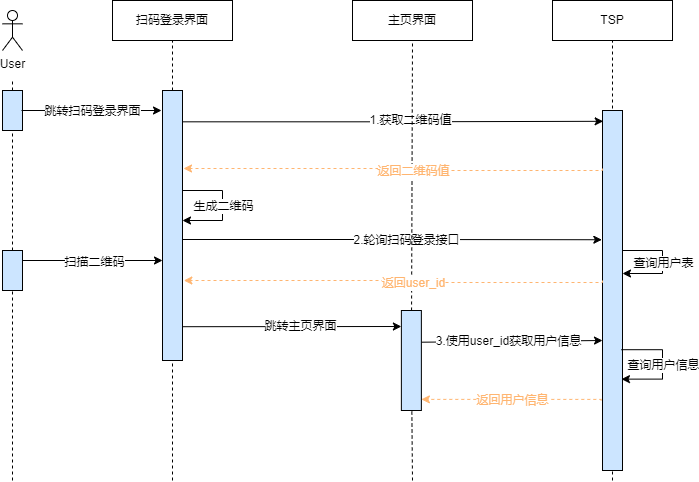
Before: x9hp/扫码登录时序图.png, a diagram exported from draw.io (notigit/Image). Source tidied: cells renumbered, new cells last; positions are measured from the earlier drawing's top-left corner, leaving out a move shared by most shapes.
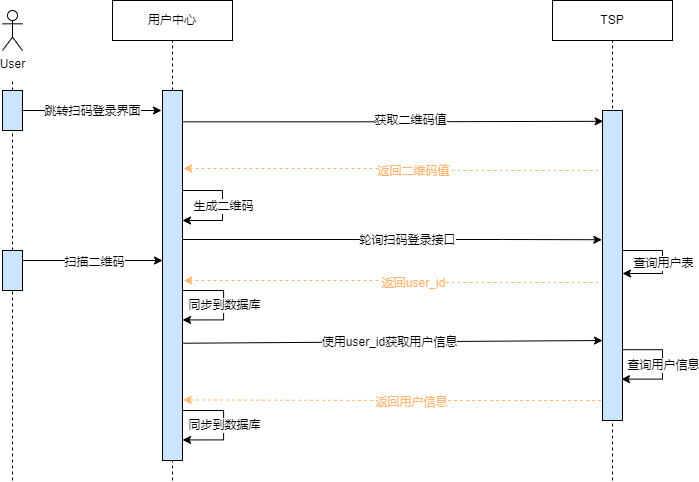
After the change.

Commit message:
更新扫码登录时序图.png

What changed in the source:
```diff
@@ -2,7 +2,7 @@
   <root>
     <mxCell id="0" />
     <mxCell id="1" parent="0" />
-    <mxCell id="2" value="扫码登录界面" style="rounded=0;whiteSpace=wrap;html=1;" parent="1" vertex="1">
+    <mxCell id="2" value="用户中心" style="rounded=0;whiteSpace=wrap;html=1;" parent="1" vertex="1">
       <mxGeometry x="110" width="120" height="40" as="geometry" />
     </mxCell>
     <mxCell id="3" value="TSP" style="rounded=0;whiteSpace=wrap;html=1;" parent="1" vertex="1">
@@ -22,31 +22,42 @@
     <mxCell id="7" style="endArrow=none;dashed=1;html=1;rounded=0;startArrow=none;" parent="1" edge="1" source="40" target="6">
       <mxGeometry relative="1" as="geometry" />
     </mxCell>
-    <mxCell id="8" style="endArrow=none;dashed=1;html=1;rounded=0;startArrow=none;entryX=0.5;entryY=1;entryDx=0;entryDy=0;" parent="1" edge="1" source="13" target="2">
-      <mxGeometry relative="1" as="geometry" />
+    <mxCell id="8" style="endArrow=none;dashed=1;html=1;rounded=0;startArrow=none;entryX=0.5;entryY=1;entryDx=0;entryDy=0;" parent="1" edge="1" target="2">
+      <mxGeometry relative="1" as="geometry">
+        <mxPoint x="170" y="90" as="sourcePoint" />
+      </mxGeometry>
     </mxCell>
-    <mxCell id="9" style="edgeStyle=orthogonalEdgeStyle;rounded=0;jettySize=auto;html=1;exitX=0.967;exitY=0.116;exitDx=0;exitDy=0;fontSize=6;entryX=0.033;entryY=0.03;entryDx=0;entryDy=0;entryPerimeter=0;exitPerimeter=0;" parent="1" edge="1" source="13" target="16">
-      <mxGeometry relative="1" as="geometry" />
+    <mxCell id="9" style="edgeStyle=orthogonalEdgeStyle;rounded=0;orthogonalLoop=1;jettySize=auto;html=1;exitX=0.967;exitY=0.116;exitDx=0;exitDy=0;fontSize=6;entryX=0.033;entryY=0.03;entryDx=0;entryDy=0;entryPerimeter=0;exitPerimeter=0;" parent="1" edge="1">
+      <mxGeometry relative="1" as="geometry">
+        <mxPoint x="179.3" y="121.3" as="sourcePoint" />
+        <mxPoint x="600.7" y="120.8" as="targetPoint" />
+        <Array as="points">
+          <mxPoint x="390" y="121" />
+        </Array>
+      </mxGeometry>
     </mxCell>
-    <mxCell id="10" value="&lt;font style=&quot;font-size: 11px&quot;&gt;1.获取二维码值&lt;/font&gt;" style="edgeLabel;html=1;align=center;verticalAlign=middle;fontSize=6;" parent="9" vertex="1">
+    <mxCell id="10" value="&lt;font style=&quot;font-size: 11px&quot;&gt;获取二维码值&lt;/font&gt;" style="edgeLabel;html=1;align=center;verticalAlign=middle;fontSize=6;" parent="9" vertex="1">
       <mxGeometry x="-0.17" y="2" relative="1" as="geometry">
         <mxPoint x="53" as="offset" />
       </mxGeometry>
     </mxCell>
-    <mxCell id="11" style="edgeStyle=orthogonalEdgeStyle;rounded=0;jettySize=auto;html=1;entryX=-0.033;entryY=0.359;entryDx=0;entryDy=0;entryPerimeter=0;" parent="1" edge="1" target="16">
+    <mxCell id="11" style="edgeStyle=orthogonalEdgeStyle;rounded=0;orthogonalLoop=1;jettySize=auto;html=1;entryX=-0.033;entryY=0.359;entryDx=0;entryDy=0;entryPerimeter=0;" parent="1" edge="1">
       <mxGeometry relative="1" as="geometry">
         <mxPoint x="180" y="239" as="sourcePoint" />
+        <mxPoint x="599.3" y="239.2" as="targetPoint" />
+        <Array as="points">
+          <mxPoint x="500" y="239" />
+          <mxPoint x="500" y="239" />
+        </Array>
       </mxGeometry>
     </mxCell>
-    <mxCell id="12" value="2.轮询扫码登录接口" style="edgeLabel;html=1;align=center;verticalAlign=middle;" parent="11" vertex="1">
+    <mxCell id="12" value="轮询扫码登录接口" style="edgeLabel;html=1;align=center;verticalAlign=middle;" parent="11" vertex="1">
       <mxGeometry x="0.07" relative="1" as="geometry" />
     </mxCell>
-    <mxCell id="13" style="rounded=0;whiteSpace=wrap;html=1;fillColor=#CCE5FF;" parent="1" vertex="1">
-      <mxGeometry x="160" y="90" width="20" height="270" as="geometry" />
-    </mxCell>
-    <mxCell id="14" style="endArrow=none;dashed=1;html=1;rounded=0;" parent="1" edge="1" target="13">
+    <mxCell id="14" style="endArrow=none;dashed=1;html=1;rounded=0;" parent="1" edge="1">
       <mxGeometry relative="1" as="geometry">
         <mxPoint x="170" y="480" as="sourcePoint" />
+        <mxPoint x="170" y="360" as="targetPoint" />
       </mxGeometry>
     </mxCell>
     <mxCell id="15" style="endArrow=none;dashed=1;html=1;rounded=0;startArrow=none;entryX=0.5;entryY=1;entryDx=0;entryDy=0;" parent="1" edge="1" target="3">
@@ -54,9 +65,6 @@
         <mxPoint x="610" y="480" as="sourcePoint" />
       </mxGeometry>
     </mxCell>
-    <mxCell id="16" style="rounded=0;whiteSpace=wrap;html=1;fillColor=#CCE5FF;" parent="1" vertex="1">
-      <mxGeometry x="600" y="110" width="20" height="360" as="geometry" />
-    </mxCell>
     <mxCell id="17" style="endArrow=classic;html=1;rounded=0;exitX=1;exitY=0.5;exitDx=0;exitDy=0;" parent="1" edge="1">
       <mxGeometry relative="1" as="geometry">
         <mxPoint x="19" y="110" as="sourcePoint" />
@@ -73,9 +81,10 @@
         <mxPoint x="10" as="offset" />
       </mxGeometry>
     </mxCell>
-    <mxCell id="20" style="endArrow=classic;html=1;rounded=0;fontSize=11;edgeStyle=orthogonalEdgeStyle;" parent="1" edge="1" target="16">
+    <mxCell id="20" style="endArrow=classic;html=1;rounded=0;fontSize=11;edgeStyle=orthogonalEdgeStyle;" parent="1" edge="1">
       <mxGeometry relative="1" as="geometry">
         <mxPoint x="620" y="250" as="sourcePoint" />
+        <mxPoint x="620" y="273" as="targetPoint" />
         <Array as="points">
           <mxPoint x="660" y="250" />
           <mxPoint x="660" y="273" />
@@ -85,13 +94,13 @@
     <mxCell id="21" value="查询用户表" style="edgeLabel;html=1;align=center;verticalAlign=middle;fontSize=11;fillColor=#CCE5FF;" parent="20" vertex="1">
       <mxGeometry relative="1" as="geometry" />
     </mxCell>
-    <mxCell id="22" style="endArrow=classic;html=1;rounded=0;fontSize=11;fontColor=#FFB570;strokeColor=#000000;fillColor=#FFF2CC;exitX=1;exitY=0.25;exitDx=0;exitDy=0;entryX=0;entryY=0.125;entryDx=0;entryDy=0;entryPerimeter=0;" parent="1" edge="1">
+    <mxCell id="22" style="endArrow=classic;html=1;rounded=0;fontSize=11;fontColor=#FFB570;strokeColor=#000000;fillColor=#FFF2CC;exitX=1.033;exitY=0.936;exitDx=0;exitDy=0;entryX=0;entryY=0.125;entryDx=0;entryDy=0;entryPerimeter=0;exitPerimeter=0;" parent="1" edge="1">
       <mxGeometry relative="1" as="geometry">
-        <mxPoint x="418.9" y="341.7" as="sourcePoint" />
+        <mxPoint x="180.7" y="342.7" as="sourcePoint" />
         <mxPoint x="600" y="340" as="targetPoint" />
       </mxGeometry>
     </mxCell>
-    <mxCell id="23" value="3.使用user_id获取用户信息" style="edgeLabel;html=1;align=center;verticalAlign=middle;fontSize=11;fontColor=#000000;fillColor=#FFB570;" parent="22" vertex="1">
+    <mxCell id="23" value="使用user_id获取用户信息" style="edgeLabel;html=1;align=center;verticalAlign=middle;fontSize=11;fontColor=#000000;fillColor=#FFB570;" parent="22" vertex="1">
       <mxGeometry relative="1" as="geometry">
         <mxPoint x="-4" as="offset" />
       </mxGeometry>
@@ -109,12 +118,13 @@
     <mxCell id="25" value="查询用户信息" style="edgeLabel;html=1;align=center;verticalAlign=middle;fontSize=11;fontColor=#000000;fillColor=#FFB570;" parent="24" vertex="1">
       <mxGeometry relative="1" as="geometry" />
     </mxCell>
-    <mxCell id="26" style="edgeStyle=orthogonalEdgeStyle;rounded=0;orthogonalLoop=1;jettySize=auto;html=1;exitX=-0.067;exitY=0.875;exitDx=0;exitDy=0;fontSize=11;dashed=1;fillColor=#FFF2CC;strokeColor=#FFB570;exitPerimeter=0;" parent="1" edge="1">
+    <mxCell id="26" style="edgeStyle=orthogonalEdgeStyle;rounded=0;orthogonalLoop=1;jettySize=auto;html=1;exitX=-0.067;exitY=0.875;exitDx=0;exitDy=0;fontSize=11;dashed=1;fillColor=#FFF2CC;strokeColor=#FFB570;exitPerimeter=0;entryX=1.033;entryY=0.884;entryDx=0;entryDy=0;entryPerimeter=0;" parent="1" edge="1">
       <mxGeometry relative="1" as="geometry">
         <mxPoint x="598.7" y="400" as="sourcePoint" />
-        <mxPoint x="418.9" y="398.9" as="targetPoint" />
+        <mxPoint x="180.7" y="399.4" as="targetPoint" />
         <Array as="points">
-          <mxPoint x="599" y="399" />
+          <mxPoint x="390" y="400" />
+          <mxPoint x="390" y="399" />
         </Array>
       </mxGeometry>
     </mxCell>
@@ -123,31 +133,6 @@
         <mxPoint x="-14" as="offset" />
       </mxGeometry>
     </mxCell>
-    <mxCell id="28" value="主页界面" style="rounded=0;whiteSpace=wrap;html=1;" parent="1" vertex="1">
-      <mxGeometry x="350" width="120" height="40" as="geometry" />
-    </mxCell>
-    <mxCell id="29" style="endArrow=none;dashed=1;html=1;rounded=0;startArrow=none;entryX=0.5;entryY=1;entryDx=0;entryDy=0;" parent="1" edge="1" source="30" target="28">
-      <mxGeometry relative="1" as="geometry" />
-    </mxCell>
-    <mxCell id="30" style="rounded=0;whiteSpace=wrap;html=1;fillColor=#CCE5FF;" parent="1" vertex="1">
-      <mxGeometry x="398.9" y="310" width="20" height="100" as="geometry" />
-    </mxCell>
-    <mxCell id="31" style="endArrow=none;dashed=1;html=1;rounded=0;" parent="1" edge="1" target="30">
-      <mxGeometry relative="1" as="geometry">
-        <mxPoint x="410" y="480" as="sourcePoint" />
-      </mxGeometry>
-    </mxCell>
-    <mxCell id="32" style="endArrow=classic;html=1;rounded=0;fontSize=11;fontColor=#000000;strokeColor=#000000;fillColor=#FFF2CC;exitX=1.056;exitY=0.554;exitDx=0;exitDy=0;exitPerimeter=0;" parent="1" edge="1">
-      <mxGeometry relative="1" as="geometry">
-        <mxPoint x="180" y="326.2" as="sourcePoint" />
-        <mxPoint x="398.9" y="326" as="targetPoint" />
-      </mxGeometry>
-    </mxCell>
-    <mxCell id="33" value="跳转主页界面" style="edgeLabel;html=1;align=center;verticalAlign=middle;fontSize=11;fontColor=#000000;fillColor=#FFB570;" parent="32" vertex="1">
-      <mxGeometry relative="1" as="geometry">
-        <mxPoint x="9" y="-1" as="offset" />
-      </mxGeometry>
-    </mxCell>
     <mxCell id="34" style="edgeStyle=orthogonalEdgeStyle;rounded=0;orthogonalLoop=1;jettySize=auto;html=1;fontSize=11;dashed=1;fillColor=#FFF2CC;strokeColor=#FFB570;" parent="1" edge="1">
       <mxGeometry relative="1" as="geometry">
         <mxPoint x="600" y="168" as="sourcePoint" />
@@ -209,5 +194,37 @@
         <mxPoint x="-14" y="-1" as="offset" />
       </mxGeometry>
     </mxCell>
+    <mxCell id="44" style="endArrow=classic;html=1;rounded=0;fontSize=11;fontColor=#000000;strokeColor=#000000;fillColor=#FFF2CC;edgeStyle=orthogonalEdgeStyle;entryX=1.004;entryY=0.618;entryDx=0;entryDy=0;exitX=1;exitY=0.25;exitDx=0;exitDy=0;entryPerimeter=0;" parent="1" edge="1">
+      <mxGeometry relative="1" as="geometry">
+        <mxPoint x="180" y="410" as="sourcePoint" />
+        <mxPoint x="180.1" y="439.4" as="targetPoint" />
+        <Array as="points">
+          <mxPoint x="221.1" y="409.8" />
+          <mxPoint x="221.1" y="439.8" />
+        </Array>
+      </mxGeometry>
+    </mxCell>
+    <mxCell id="45" value="同步到数据库" style="edgeLabel;html=1;align=center;verticalAlign=middle;fontSize=11;fontColor=#000000;fillColor=#FFB570;" parent="44" vertex="1">
+      <mxGeometry relative="1" as="geometry" />
+    </mxCell>
+    <mxCell id="46" style="endArrow=classic;html=1;rounded=0;fontSize=11;fontColor=#000000;strokeColor=#000000;fillColor=#FFF2CC;edgeStyle=orthogonalEdgeStyle;entryX=1.004;entryY=0.618;entryDx=0;entryDy=0;exitX=1;exitY=0.25;exitDx=0;exitDy=0;entryPerimeter=0;" parent="1" edge="1">
+      <mxGeometry relative="1" as="geometry">
+        <mxPoint x="180" y="290" as="sourcePoint" />
+        <mxPoint x="180.1" y="319.4" as="targetPoint" />
+        <Array as="points">
+          <mxPoint x="221.1" y="289.8" />
+          <mxPoint x="221.1" y="319.8" />
+        </Array>
+      </mxGeometry>
+    </mxCell>
+    <mxCell id="47" value="同步到数据库" style="edgeLabel;html=1;align=center;verticalAlign=middle;fontSize=11;fontColor=#000000;fillColor=#FFB570;" parent="46" vertex="1">
+      <mxGeometry relative="1" as="geometry" />
+    </mxCell>
+    <mxCell id="48" style="rounded=0;whiteSpace=wrap;html=1;fillColor=#CCE5FF;" parent="1" vertex="1">
+      <mxGeometry x="600" y="110" width="20" height="310" as="geometry" />
+    </mxCell>
+    <mxCell id="49" style="rounded=0;whiteSpace=wrap;html=1;fillColor=#CCE5FF;" parent="1" vertex="1">
+      <mxGeometry x="160" y="90" width="20" height="370" as="geometry" />
+    </mxCell>
   </root>
 </mxGraphModel>
```
